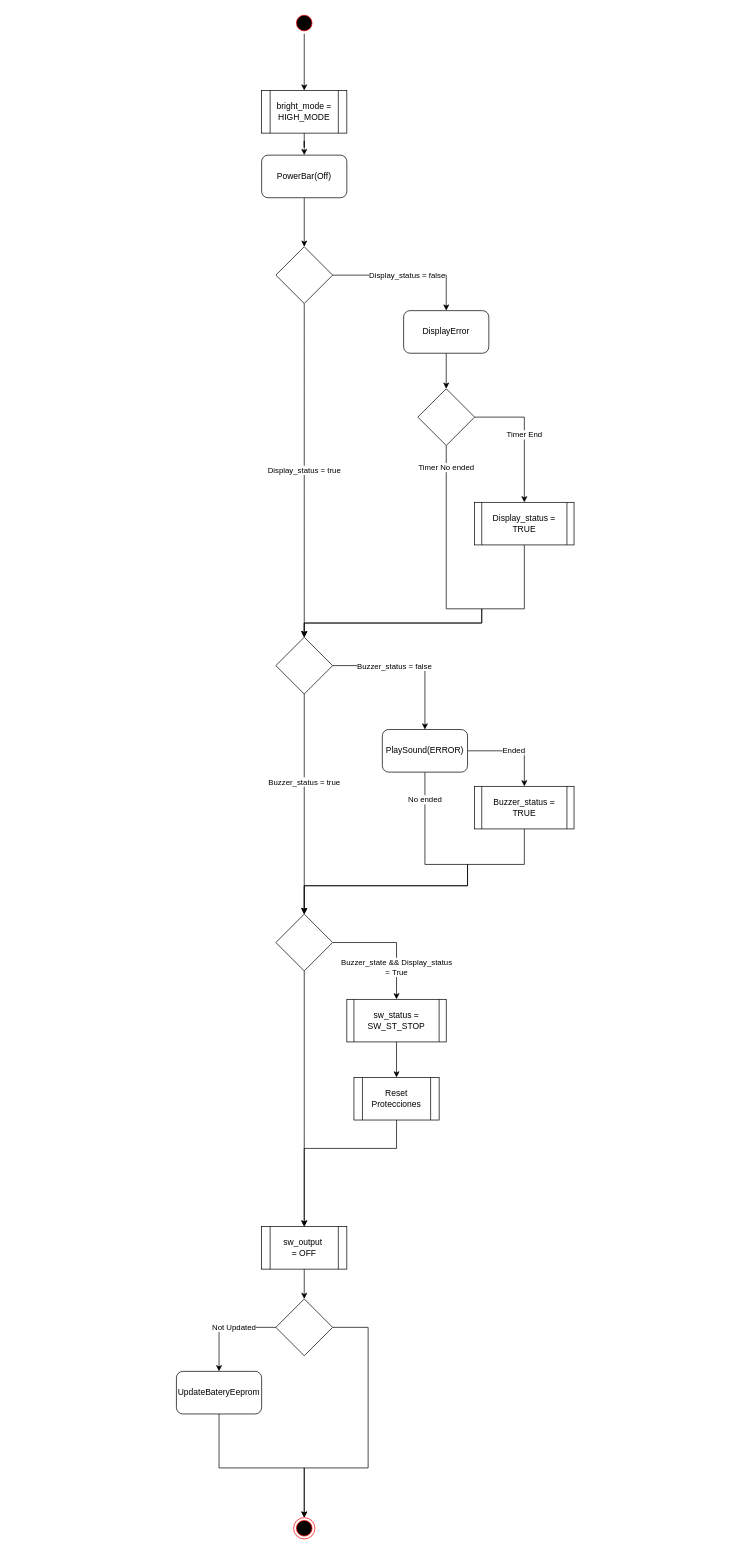
Earlier version of the draw.io diagram page "Error State" (6 of 11) of 01.Documentation/01.Diseño/Documentacion Software/B2/Diagramas/B2/B2.drawio (MSTKMAD/battery-pack). Source tidied: cells renumbered, new cells numbered last; positions are measured from the earlier drawing's top-left corner, leaving out a move shared by most shapes. Both pictures are drawn from the tidied source at 71%, with x=0, y=0 at pixel (176, 12).
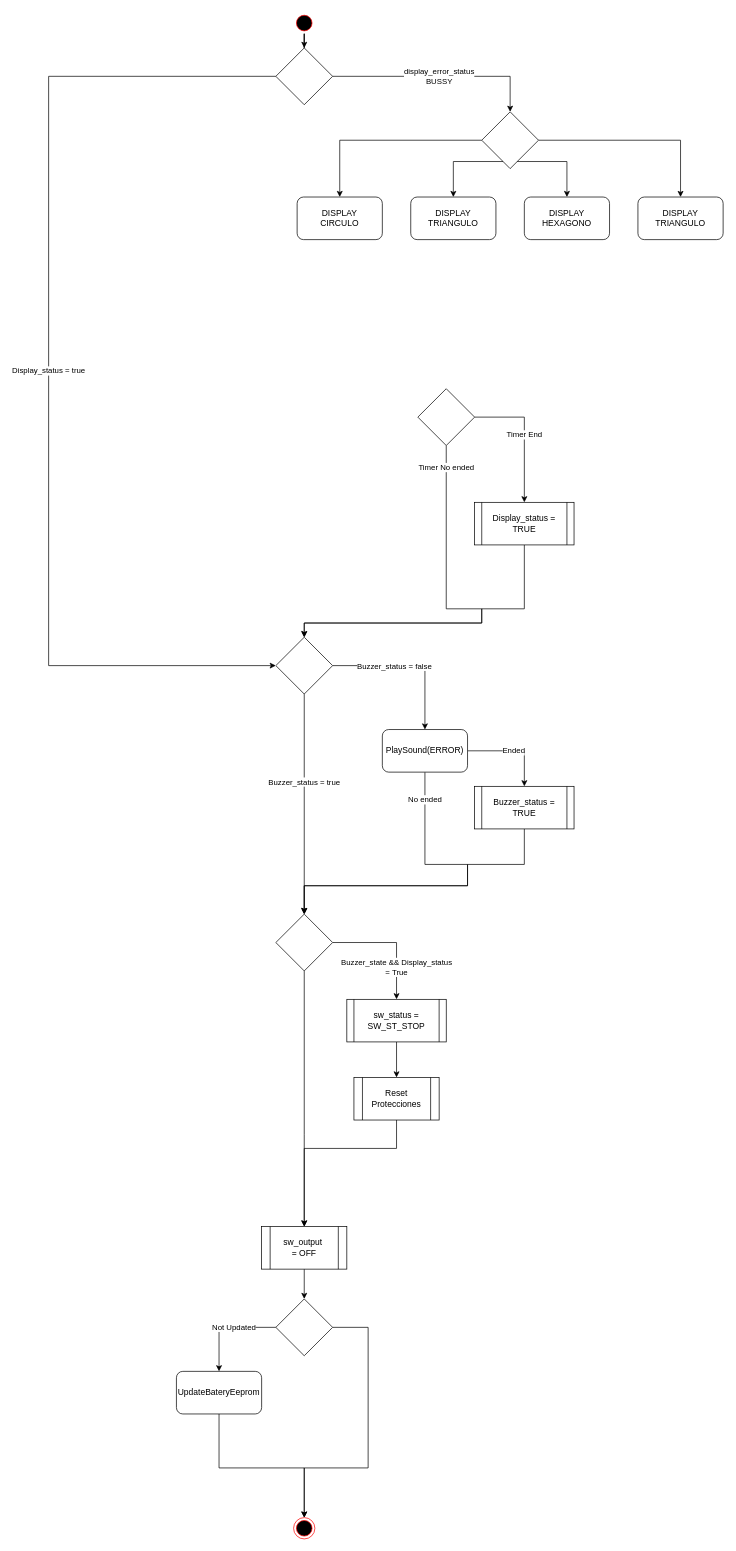
Above is the later version.

Unchanged cells that the change refers to:
```xml
<mxCell id="17" style="ellipse;html=1;shape=startState;fillColor=#000000;strokeColor=#ff0000;" parent="1" vertex="1">
  <mxGeometry x="165" width="30" height="30" as="geometry" />
</mxCell>
<mxCell id="25" style="rhombus;whiteSpace=wrap;html=1;" parent="1" vertex="1">
  <mxGeometry x="340" y="530" width="80" height="80" as="geometry" />
</mxCell>
<mxCell id="31" style="rhombus;whiteSpace=wrap;html=1;" parent="1" vertex="1">
  <mxGeometry x="140" y="880" width="80" height="80" as="geometry" />
</mxCell>
```

Change to the diagram source:
```diff
@@
-    <mxCell id="11" style="edgeStyle=orthogonalEdgeStyle;rounded=0;jettySize=auto;html=1;" parent="1" edge="1" source="12" target="20">
-      <mxGeometry relative="1" as="geometry" />
-    </mxCell>
-    <mxCell id="12" value="PowerBar(Off)" style="rounded=1;whiteSpace=wrap;html=1;align=center;" parent="1" vertex="1">
-      <mxGeometry x="120" y="201" width="120" height="60" as="geometry" />
-    </mxCell>
-    <mxCell id="13" style="edgeStyle=orthogonalEdgeStyle;rounded=0;jettySize=auto;html=1;" parent="1" edge="1" source="14" target="12">
-      <mxGeometry relative="1" as="geometry" />
-    </mxCell>
-    <mxCell id="14" value="bright_mode = HIGH_MODE" style="shape=process;whiteSpace=wrap;html=1;backgroundOutline=1;" parent="1" vertex="1">
-      <mxGeometry x="120" y="110" width="120" height="60" as="geometry" />
-    </mxCell>
@@
-    <mxCell id="16" style="edgeStyle=orthogonalEdgeStyle;rounded=0;jettySize=auto;html=1;" parent="1" edge="1" source="17" target="14">
-      <mxGeometry relative="1" as="geometry" />
-    </mxCell>
+    <mxCell id="43" style="edgeStyle=orthogonalEdgeStyle;rounded=0;jettySize=auto;html=1;entryX=0.5;entryY=0;entryDx=0;entryDy=0;" parent="1" edge="1" source="17" target="20">
+      <mxGeometry relative="1" as="geometry" />
+    </mxCell>
@@
-    <mxCell id="18" value="Display_status = true" style="edgeStyle=orthogonalEdgeStyle;curved=1;jettySize=auto;html=1;" parent="1" edge="1" source="20" target="31">
-      <mxGeometry relative="1" as="geometry" />
+    <mxCell id="18" value="Display_status = true" style="edgeStyle=orthogonalEdgeStyle;jettySize=auto;html=1;jumpSize=0;shadow=0;flowAnimation=0;strokeWidth=1;rounded=0;curved=0;" parent="1" edge="1" source="20" target="31">
+      <mxGeometry relative="1" as="geometry">
+        <Array as="points">
+          <mxPoint x="-180" y="90" />
+          <mxPoint x="-180" y="920" />
+        </Array>
+      </mxGeometry>
     </mxCell>
-    <mxCell id="19" value="Display_status = false" style="edgeStyle=orthogonalEdgeStyle;jettySize=auto;html=1;rounded=0;" parent="1" edge="1" source="20" target="22">
+    <mxCell id="19" value="display_error_status&lt;div&gt;BUSSY&lt;/div&gt;" style="edgeStyle=orthogonalEdgeStyle;jettySize=auto;html=1;rounded=0;" parent="1" edge="1" source="20" target="45">
       <mxGeometry relative="1" as="geometry" />
     </mxCell>
     <mxCell id="20" style="rhombus;whiteSpace=wrap;html=1;" parent="1" vertex="1">
-      <mxGeometry x="140" y="330" width="80" height="80" as="geometry" />
+      <mxGeometry x="140" y="50" width="80" height="80" as="geometry" />
     </mxCell>
-    <mxCell id="21" style="edgeStyle=orthogonalEdgeStyle;rounded=0;jettySize=auto;html=1;" parent="1" edge="1" source="22" target="25">
-      <mxGeometry relative="1" as="geometry" />
-    </mxCell>
-    <mxCell id="22" value="DisplayError" style="rounded=1;whiteSpace=wrap;html=1;align=center;" parent="1" vertex="1">
-      <mxGeometry x="320" y="420" width="120" height="60" as="geometry" />
-    </mxCell>
@@
+    <mxCell id="44" style="edgeStyle=orthogonalEdgeStyle;rounded=0;jettySize=auto;html=1;" parent="1" edge="1" source="45" target="46">
+      <mxGeometry relative="1" as="geometry" />
+    </mxCell>
+    <mxCell id="45" style="rhombus;whiteSpace=wrap;html=1;" parent="1" vertex="1">
+      <mxGeometry x="430" y="140" width="80" height="80" as="geometry" />
+    </mxCell>
+    <mxCell id="46" value="DISPLAY&lt;br&gt;CIRCULO" style="rounded=1;whiteSpace=wrap;html=1;" parent="1" vertex="1">
+      <mxGeometry x="170" y="260" width="120" height="60" as="geometry" />
+    </mxCell>
+    <mxCell id="47" style="edgeStyle=orthogonalEdgeStyle;rounded=0;jettySize=auto;html=1;" parent="1" edge="1" source="45" target="48">
+      <mxGeometry relative="1" as="geometry">
+        <Array as="points">
+          <mxPoint x="390" y="210" />
+        </Array>
+      </mxGeometry>
+    </mxCell>
+    <mxCell id="48" value="DISPLAY&lt;br&gt;TRIANGULO" style="rounded=1;whiteSpace=wrap;html=1;" parent="1" vertex="1">
+      <mxGeometry x="330" y="260" width="120" height="60" as="geometry" />
+    </mxCell>
+    <mxCell id="49" style="edgeStyle=orthogonalEdgeStyle;rounded=0;jettySize=auto;html=1;" parent="1" edge="1" source="45" target="50">
+      <mxGeometry relative="1" as="geometry">
+        <Array as="points">
+          <mxPoint x="550" y="210" />
+        </Array>
+      </mxGeometry>
+    </mxCell>
+    <mxCell id="50" value="DISPLAY&lt;div&gt;HEXAGONO&lt;/div&gt;" style="rounded=1;whiteSpace=wrap;html=1;" parent="1" vertex="1">
+      <mxGeometry x="490" y="260" width="120" height="60" as="geometry" />
+    </mxCell>
+    <mxCell id="51" style="edgeStyle=orthogonalEdgeStyle;rounded=0;jettySize=auto;html=1;" parent="1" edge="1" source="45" target="52">
+      <mxGeometry relative="1" as="geometry" />
+    </mxCell>
+    <mxCell id="52" value="DISPLAY&lt;div&gt;TRIANGULO&lt;/div&gt;" style="rounded=1;whiteSpace=wrap;html=1;" parent="1" vertex="1">
+      <mxGeometry x="650" y="260" width="120" height="60" as="geometry" />
+    </mxCell>
```
